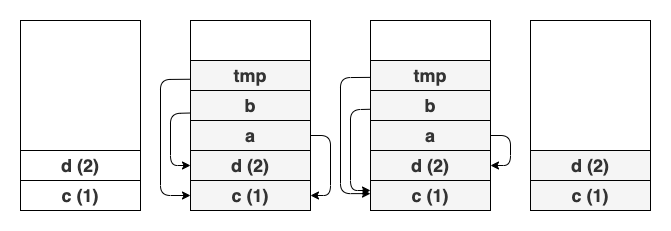
agnekasan/Cpp keeps this draw.io diagram as img/passByPointerWrongSwapStack.png. Above is the earlier version. Source tidied: cells renumbered, new cells last; positions are measured from the earlier drawing's top-left corner, leaving out a move shared by most shapes.
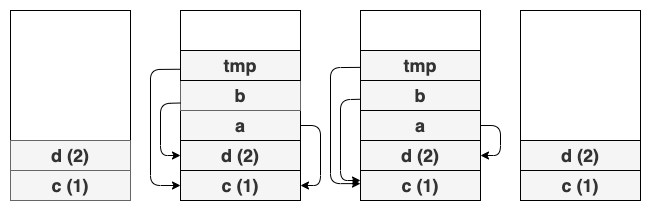
Above is the later version.

What changed in the source:
```diff
@@ -14,10 +14,10 @@
     <mxCell id="5" style="rounded=0;whiteSpace=wrap;html=1;" parent="1" vertex="1">
       <mxGeometry x="510" width="120" height="190" as="geometry" />
     </mxCell>
-    <mxCell id="6" value="c (1)" style="rounded=0;whiteSpace=wrap;html=1;fontSize=18;fontStyle=1;fillColor=#FFFFFF;strokeColor=#000000;fontColor=#333333;" parent="1" vertex="1">
+    <mxCell id="6" value="c (1)" style="rounded=0;whiteSpace=wrap;html=1;fontSize=18;fontStyle=1;fillColor=#f5f5f5;strokeColor=#666666;fontColor=#333333;" parent="1" vertex="1">
       <mxGeometry y="160" width="120" height="30" as="geometry" />
     </mxCell>
-    <mxCell id="7" value="d (2)" style="rounded=0;whiteSpace=wrap;html=1;fontSize=18;fontStyle=1;fillColor=#FFFFFF;strokeColor=#000000;fontColor=#333333;" parent="1" vertex="1">
+    <mxCell id="7" value="d (2)" style="rounded=0;whiteSpace=wrap;html=1;fontSize=18;fontStyle=1;fillColor=#f5f5f5;strokeColor=#666666;fontColor=#333333;" parent="1" vertex="1">
       <mxGeometry y="130" width="120" height="30" as="geometry" />
     </mxCell>
     <mxCell id="8" value="c (1)" style="rounded=0;whiteSpace=wrap;html=1;fontSize=18;fontStyle=1;fillColor=#f5f5f5;strokeColor=#000000;fontColor=#333333;" parent="1" vertex="1">
@@ -29,7 +29,7 @@
     <mxCell id="10" value="a" style="rounded=0;whiteSpace=wrap;html=1;fontSize=18;fontStyle=1;fillColor=#f5f5f5;strokeColor=#000000;fontColor=#333333;" parent="1" vertex="1">
       <mxGeometry x="170" y="100" width="120" height="30" as="geometry" />
     </mxCell>
-    <mxCell id="11" value="b" style="rounded=0;whiteSpace=wrap;html=1;fontSize=18;fontStyle=1;fillColor=#f5f5f5;strokeColor=#000000;fontColor=#333333;" parent="1" vertex="1">
+    <mxCell id="11" value="b" style="rounded=0;whiteSpace=wrap;html=1;fontSize=18;fontStyle=1;fillColor=#f5f5f5;strokeColor=#666666;fontColor=#333333;" parent="1" vertex="1">
       <mxGeometry x="170" y="70" width="120" height="30" as="geometry" />
     </mxCell>
     <mxCell id="12" value="tmp" style="rounded=0;whiteSpace=wrap;html=1;fontSize=18;fontStyle=1;fillColor=#f5f5f5;strokeColor=#000000;fontColor=#333333;" parent="1" vertex="1">
```
